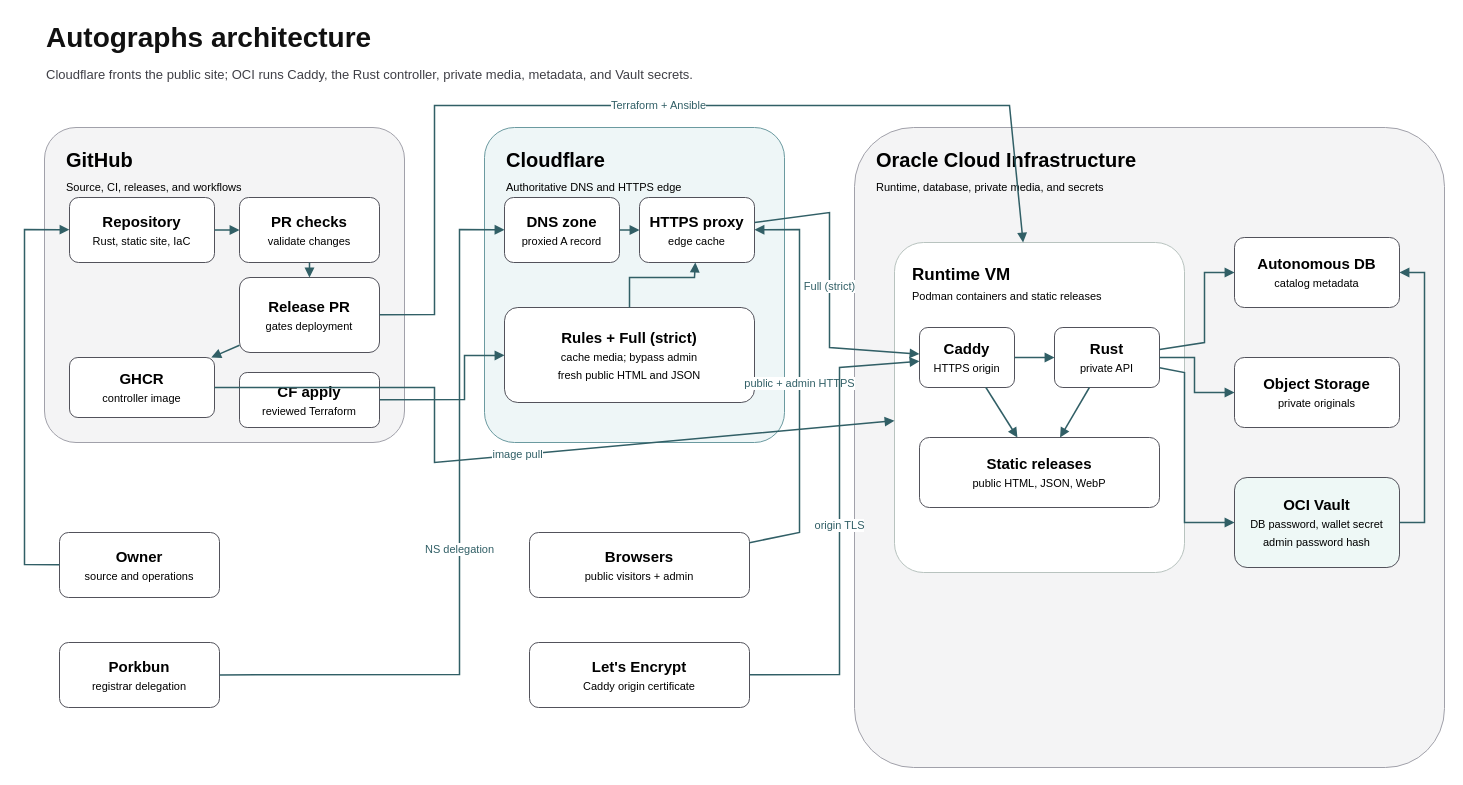
This is docs/architecture.drawio from jetsaredim/autographs, a draw.io file, before an edit. Source tidied: cells renumbered, new cells numbered last; positions are measured from the earlier drawing's top-left corner, leaving out a move shared by most shapes. Both pictures are drawn from the tidied source at 100%, with x=0, y=0 at pixel (24, 17).
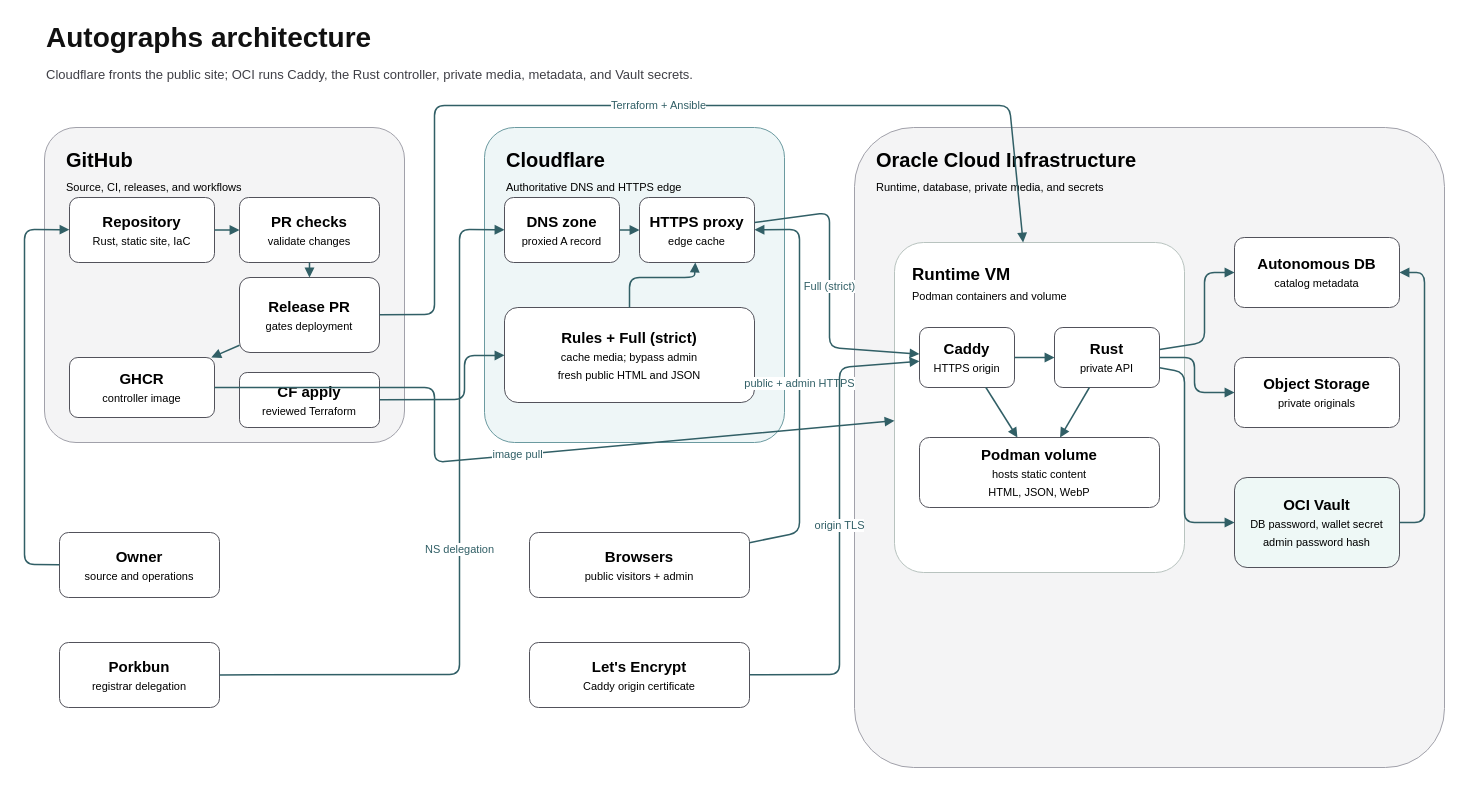
Above is the later version.

Commit message (it also covers changes not shown here):
docs: label static volume and round architecture connectors

The change refers to these unchanged cells:
```xml
<mxCell id="8" value="&lt;b&gt;Repository&lt;/b&gt;&lt;br&gt;&lt;font style=&quot;font-size: 11px; font-weight: 400;&quot;&gt;Rust, static site, IaC&lt;/font&gt;" style="rounded=1;whiteSpace=wrap;html=1;fillColor=#ffffff;strokeColor=#52525b;arcSize=14;align=center;verticalAlign=middle;fontSize=15;" parent="1" vertex="1">
  <mxGeometry x="45" y="180" width="145" height="65" as="geometry" />
</mxCell>
<mxCell id="9" value="&lt;b&gt;PR checks&lt;/b&gt;&lt;br&gt;&lt;font style=&quot;font-size: 11px; font-weight: 400;&quot;&gt;validate changes&lt;/font&gt;" style="rounded=1;whiteSpace=wrap;html=1;fillColor=#ffffff;strokeColor=#52525b;arcSize=14;align=center;verticalAlign=middle;fontSize=15;" parent="1" vertex="1">
  <mxGeometry x="215" y="180" width="140" height="65" as="geometry" />
</mxCell>
<mxCell id="10" value="&lt;b&gt;Release PR&lt;/b&gt;&lt;br&gt;&lt;font style=&quot;font-size: 11px; font-weight: 400;&quot;&gt;gates deployment&lt;/font&gt;" style="rounded=1;whiteSpace=wrap;html=1;fillColor=#ffffff;strokeColor=#52525b;arcSize=14;align=center;verticalAlign=middle;fontSize=15;" parent="1" vertex="1">
  <mxGeometry x="215" y="260" width="140" height="75" as="geometry" />
</mxCell>
<mxCell id="11" value="&lt;b&gt;GHCR&lt;/b&gt;&lt;br&gt;&lt;font style=&quot;font-size: 11px; font-weight: 400;&quot;&gt;controller image&lt;/font&gt;" style="rounded=1;whiteSpace=wrap;html=1;fillColor=#ffffff;strokeColor=#52525b;arcSize=14;align=center;verticalAlign=middle;fontSize=15;" parent="1" vertex="1">
  <mxGeometry x="45" y="340" width="145" height="60" as="geometry" />
</mxCell>
<mxCell id="12" value="&lt;b&gt;CF apply&lt;/b&gt;&lt;br&gt;&lt;font style=&quot;font-size: 11px; font-weight: 400;&quot;&gt;reviewed Terraform&lt;/font&gt;" style="rounded=1;whiteSpace=wrap;html=1;fillColor=#ffffff;strokeColor=#52525b;arcSize=14;align=center;verticalAlign=middle;fontSize=15;" parent="1" vertex="1">
  <mxGeometry x="215" y="355" width="140" height="55" as="geometry" />
</mxCell>
<mxCell id="13" value="&lt;b&gt;DNS zone&lt;/b&gt;&lt;br&gt;&lt;font style=&quot;font-size: 11px; font-weight: 400;&quot;&gt;proxied A record&lt;/font&gt;" style="rounded=1;whiteSpace=wrap;html=1;fillColor=#ffffff;strokeColor=#52525b;arcSize=14;align=center;verticalAlign=middle;fontSize=15;" parent="1" vertex="1">
  <mxGeometry x="480" y="180" width="115" height="65" as="geometry" />
</mxCell>
<mxCell id="14" value="&lt;b&gt;HTTPS proxy&lt;/b&gt;&lt;br&gt;&lt;font style=&quot;font-size: 11px; font-weight: 400;&quot;&gt;edge cache&lt;/font&gt;" style="rounded=1;whiteSpace=wrap;html=1;fillColor=#ffffff;strokeColor=#52525b;arcSize=14;align=center;verticalAlign=middle;fontSize=15;" parent="1" vertex="1">
  <mxGeometry x="615" y="180" width="115" height="65" as="geometry" />
</mxCell>
<mxCell id="15" value="&lt;b&gt;Rules + Full (strict)&lt;/b&gt;&lt;br&gt;&lt;font style=&quot;font-size: 11px; font-weight: 400;&quot;&gt;cache media; bypass admin&lt;br&gt;fresh public HTML and JSON&lt;/font&gt;" style="rounded=1;whiteSpace=wrap;html=1;fillColor=#ffffff;strokeColor=#52525b;arcSize=14;align=center;verticalAlign=middle;fontSize=15;" parent="1" vertex="1">
  <mxGeometry x="480" y="290" width="250" height="95" as="geometry" />
</mxCell>
<mxCell id="16" value="&lt;b&gt;Caddy&lt;/b&gt;&lt;br&gt;&lt;font style=&quot;font-size: 11px; font-weight: 400;&quot;&gt;HTTPS origin&lt;/font&gt;" style="rounded=1;whiteSpace=wrap;html=1;fillColor=#ffffff;strokeColor=#52525b;arcSize=14;align=center;verticalAlign=middle;fontSize=15;" parent="1" vertex="1">
  <mxGeometry x="895" y="310" width="95" height="60" as="geometry" />
</mxCell>
<mxCell id="17" value="&lt;b&gt;Rust&lt;/b&gt;&lt;br&gt;&lt;font style=&quot;font-size: 11px; font-weight: 400;&quot;&gt;private API&lt;/font&gt;" style="rounded=1;whiteSpace=wrap;html=1;fillColor=#ffffff;strokeColor=#52525b;arcSize=14;align=center;verticalAlign=middle;fontSize=15;" parent="1" vertex="1">
  <mxGeometry x="1030" y="310" width="105" height="60" as="geometry" />
</mxCell>
<mxCell id="19" value="&lt;b&gt;Autonomous DB&lt;/b&gt;&lt;br&gt;&lt;font style=&quot;font-size: 11px; font-weight: 400;&quot;&gt;catalog metadata&lt;/font&gt;" style="rounded=1;whiteSpace=wrap;html=1;fillColor=#ffffff;strokeColor=#52525b;arcSize=14;align=center;verticalAlign=middle;fontSize=15;" parent="1" vertex="1">
  <mxGeometry x="1210" y="220" width="165" height="70" as="geometry" />
</mxCell>
<mxCell id="20" value="&lt;b&gt;Object Storage&lt;/b&gt;&lt;br&gt;&lt;font style=&quot;font-size: 11px; font-weight: 400;&quot;&gt;private originals&lt;/font&gt;" style="rounded=1;whiteSpace=wrap;html=1;fillColor=#ffffff;strokeColor=#52525b;arcSize=14;align=center;verticalAlign=middle;fontSize=15;" parent="1" vertex="1">
  <mxGeometry x="1210" y="340" width="165" height="70" as="geometry" />
</mxCell>
<mxCell id="21" value="&lt;b&gt;OCI Vault&lt;/b&gt;&lt;br&gt;&lt;font style=&quot;font-size: 11px; font-weight: 400;&quot;&gt;DB password, wallet secret&lt;br&gt;admin password hash&lt;/font&gt;" style="rounded=1;whiteSpace=wrap;html=1;fillColor=#eef8f6;strokeColor=#52525b;arcSize=14;align=center;verticalAlign=middle;fontSize=15;" parent="1" vertex="1">
  <mxGeometry x="1210" y="460" width="165" height="90" as="geometry" />
</mxCell>
<mxCell id="22" value="&lt;b&gt;Owner&lt;/b&gt;&lt;br&gt;&lt;font style=&quot;font-size: 11px; font-weight: 400;&quot;&gt;source and operations&lt;/font&gt;" style="rounded=1;whiteSpace=wrap;html=1;fillColor=#ffffff;strokeColor=#52525b;arcSize=14;align=center;verticalAlign=middle;fontSize=15;" parent="1" vertex="1">
  <mxGeometry x="35" y="515" width="160" height="65" as="geometry" />
</mxCell>
<mxCell id="23" value="&lt;b&gt;Porkbun&lt;/b&gt;&lt;br&gt;&lt;font style=&quot;font-size: 11px; font-weight: 400;&quot;&gt;registrar delegation&lt;/font&gt;" style="rounded=1;whiteSpace=wrap;html=1;fillColor=#ffffff;strokeColor=#52525b;arcSize=14;align=center;verticalAlign=middle;fontSize=15;" parent="1" vertex="1">
  <mxGeometry x="35" y="625" width="160" height="65" as="geometry" />
</mxCell>
<mxCell id="24" value="&lt;b&gt;Browsers&lt;/b&gt;&lt;br&gt;&lt;font style=&quot;font-size: 11px; font-weight: 400;&quot;&gt;public visitors + admin&lt;/font&gt;" style="rounded=1;whiteSpace=wrap;html=1;fillColor=#ffffff;strokeColor=#52525b;arcSize=14;align=center;verticalAlign=middle;fontSize=15;" parent="1" vertex="1">
  <mxGeometry x="505" y="515" width="220" height="65" as="geometry" />
</mxCell>
<mxCell id="25" value="&lt;b&gt;Let&amp;#x27;s Encrypt&lt;/b&gt;&lt;br&gt;&lt;font style=&quot;font-size: 11px; font-weight: 400;&quot;&gt;Caddy origin certificate&lt;/font&gt;" style="rounded=1;whiteSpace=wrap;html=1;fillColor=#ffffff;strokeColor=#52525b;arcSize=14;align=center;verticalAlign=middle;fontSize=15;" parent="1" vertex="1">
  <mxGeometry x="505" y="625" width="220" height="65" as="geometry" />
</mxCell>
```

The edit, as a diff of the source:
```diff
@@
-    <mxCell id="7" value="&lt;b&gt;Runtime VM&lt;/b&gt;&lt;br&gt;&lt;font style=&quot;font-size: 11px; font-weight: 400;&quot;&gt;Podman containers and static releases&lt;/font&gt;" style="rounded=1;whiteSpace=wrap;html=1;fillColor=#ffffff;strokeColor=#b8c3bf;arcSize=10;align=left;verticalAlign=top;spacingLeft=16;spacingTop=16;fontSize=17;fontStyle=1;" parent="1" vertex="1">
+    <mxCell id="7" value="&lt;b&gt;Runtime VM&lt;/b&gt;&lt;br&gt;&lt;font style=&quot;font-size: 11px; font-weight: 400;&quot;&gt;Podman containers and volume&lt;/font&gt;" style="rounded=1;whiteSpace=wrap;html=1;fillColor=#ffffff;strokeColor=#b8c3bf;arcSize=10;align=left;verticalAlign=top;spacingLeft=16;spacingTop=16;fontSize=17;fontStyle=1;" parent="1" vertex="1">
       <mxGeometry x="870" y="225" width="290" height="330" as="geometry" />
     </mxCell>
@@
-    <mxCell id="18" value="&lt;b&gt;Static releases&lt;/b&gt;&lt;br&gt;&lt;font style=&quot;font-size: 11px; font-weight: 400;&quot;&gt;public HTML, JSON, WebP&lt;/font&gt;" style="rounded=1;whiteSpace=wrap;html=1;fillColor=#ffffff;strokeColor=#52525b;arcSize=14;align=center;verticalAlign=middle;fontSize=15;" parent="1" vertex="1">
+    <mxCell id="18" value="&lt;b&gt;Podman volume&lt;/b&gt;&lt;br&gt;&lt;font style=&quot;font-size: 11px; font-weight: 400;&quot;&gt;hosts static content&lt;br&gt;HTML, JSON, WebP&lt;/font&gt;" style="rounded=1;whiteSpace=wrap;html=1;fillColor=#ffffff;strokeColor=#52525b;arcSize=14;align=center;verticalAlign=middle;fontSize=15;" parent="1" vertex="1">
       <mxGeometry x="895" y="420" width="240" height="70" as="geometry" />
     </mxCell>
@@
-    <mxCell id="26" style="endArrow=block;html=1;rounded=0;strokeColor=#315f66;strokeWidth=1.5;fontSize=11;fontColor=#315f66;labelBackgroundColor=#ffffff;" parent="1" edge="1" source="22" target="8">
+    <mxCell id="26" style="endArrow=block;html=1;rounded=1;strokeColor=#315f66;strokeWidth=1.5;fontSize=11;fontColor=#315f66;labelBackgroundColor=#ffffff;" parent="1" edge="1" source="22" target="8">
       <mxGeometry relative="1" as="geometry">
         <Array as="points">
           <mxPoint y="547" />
           <mxPoint y="212" />
         </Array>
       </mxGeometry>
     </mxCell>
-    <mxCell id="27" style="endArrow=block;html=1;rounded=0;strokeColor=#315f66;strokeWidth=1.5;fontSize=11;fontColor=#315f66;labelBackgroundColor=#ffffff;" parent="1" edge="1" source="8" target="9">
+    <mxCell id="27" style="endArrow=block;html=1;rounded=1;strokeColor=#315f66;strokeWidth=1.5;fontSize=11;fontColor=#315f66;labelBackgroundColor=#ffffff;" parent="1" edge="1" source="8" target="9">
       <mxGeometry relative="1" as="geometry" />
     </mxCell>
-    <mxCell id="28" style="endArrow=block;html=1;rounded=0;strokeColor=#315f66;strokeWidth=1.5;fontSize=11;fontColor=#315f66;labelBackgroundColor=#ffffff;" parent="1" edge="1" source="9" target="10">
+    <mxCell id="28" style="endArrow=block;html=1;rounded=1;strokeColor=#315f66;strokeWidth=1.5;fontSize=11;fontColor=#315f66;labelBackgroundColor=#ffffff;" parent="1" edge="1" source="9" target="10">
       <mxGeometry relative="1" as="geometry" />
     </mxCell>
-    <mxCell id="29" style="endArrow=block;html=1;rounded=0;strokeColor=#315f66;strokeWidth=1.5;fontSize=11;fontColor=#315f66;labelBackgroundColor=#ffffff;" parent="1" edge="1" source="10" target="11">
+    <mxCell id="29" style="endArrow=block;html=1;rounded=1;strokeColor=#315f66;strokeWidth=1.5;fontSize=11;fontColor=#315f66;labelBackgroundColor=#ffffff;" parent="1" edge="1" source="10" target="11">
       <mxGeometry relative="1" as="geometry" />
     </mxCell>
-    <mxCell id="30" value="Terraform + Ansible" style="endArrow=block;html=1;rounded=0;strokeColor=#315f66;strokeWidth=1.5;fontSize=11;fontColor=#315f66;labelBackgroundColor=#ffffff;" parent="1" edge="1" source="10" target="7">
+    <mxCell id="30" value="Terraform + Ansible" style="endArrow=block;html=1;rounded=1;strokeColor=#315f66;strokeWidth=1.5;fontSize=11;fontColor=#315f66;labelBackgroundColor=#ffffff;" parent="1" edge="1" source="10" target="7">
       <mxGeometry relative="1" as="geometry">
         <Array as="points">
           <mxPoint x="410" y="297" />
           <mxPoint x="410" y="88" />
           <mxPoint x="985" y="88" />
         </Array>
       </mxGeometry>
     </mxCell>
-    <mxCell id="31" value="image pull" style="endArrow=block;html=1;rounded=0;strokeColor=#315f66;strokeWidth=1.5;fontSize=11;fontColor=#315f66;labelBackgroundColor=#ffffff;" parent="1" edge="1" source="11" target="7">
+    <mxCell id="31" value="image pull" style="endArrow=block;html=1;rounded=1;strokeColor=#315f66;strokeWidth=1.5;fontSize=11;fontColor=#315f66;labelBackgroundColor=#ffffff;" parent="1" edge="1" source="11" target="7">
       <mxGeometry relative="1" as="geometry">
         <Array as="points">
           <mxPoint x="410" y="370" />
           <mxPoint x="410" y="445" />
         </Array>
       </mxGeometry>
     </mxCell>
-    <mxCell id="32" style="endArrow=block;html=1;rounded=0;strokeColor=#315f66;strokeWidth=1.5;fontSize=11;fontColor=#315f66;labelBackgroundColor=#ffffff;" parent="1" edge="1" source="12" target="15">
+    <mxCell id="32" style="endArrow=block;html=1;rounded=1;strokeColor=#315f66;strokeWidth=1.5;fontSize=11;fontColor=#315f66;labelBackgroundColor=#ffffff;" parent="1" edge="1" source="12" target="15">
       <mxGeometry relative="1" as="geometry">
         <Array as="points">
           <mxPoint x="440" y="382" />
           <mxPoint x="440" y="338" />
         </Array>
       </mxGeometry>
     </mxCell>
-    <mxCell id="33" value="NS delegation" style="endArrow=block;html=1;rounded=0;strokeColor=#315f66;strokeWidth=1.5;fontSize=11;fontColor=#315f66;labelBackgroundColor=#ffffff;" parent="1" edge="1" source="23" target="13">
+    <mxCell id="33" value="NS delegation" style="endArrow=block;html=1;rounded=1;strokeColor=#315f66;strokeWidth=1.5;fontSize=11;fontColor=#315f66;labelBackgroundColor=#ffffff;" parent="1" edge="1" source="23" target="13">
       <mxGeometry relative="1" as="geometry">
         <Array as="points">
           <mxPoint x="435" y="657" />
           <mxPoint x="435" y="212" />
         </Array>
       </mxGeometry>
     </mxCell>
-    <mxCell id="34" value="public + admin HTTPS" style="endArrow=block;html=1;rounded=0;strokeColor=#315f66;strokeWidth=1.5;fontSize=11;fontColor=#315f66;labelBackgroundColor=#ffffff;" parent="1" edge="1" source="24" target="14">
+    <mxCell id="34" value="public + admin HTTPS" style="endArrow=block;html=1;rounded=1;strokeColor=#315f66;strokeWidth=1.5;fontSize=11;fontColor=#315f66;labelBackgroundColor=#ffffff;" parent="1" edge="1" source="24" target="14">
       <mxGeometry relative="1" as="geometry">
         <Array as="points">
           <mxPoint x="775" y="515" />
           <mxPoint x="775" y="212" />
         </Array>
       </mxGeometry>
     </mxCell>
-    <mxCell id="35" style="endArrow=block;html=1;rounded=0;strokeColor=#315f66;strokeWidth=1.5;fontSize=11;fontColor=#315f66;labelBackgroundColor=#ffffff;" parent="1" edge="1" source="13" target="14">
+    <mxCell id="35" style="endArrow=block;html=1;rounded=1;strokeColor=#315f66;strokeWidth=1.5;fontSize=11;fontColor=#315f66;labelBackgroundColor=#ffffff;" parent="1" edge="1" source="13" target="14">
       <mxGeometry relative="1" as="geometry" />
     </mxCell>
-    <mxCell id="36" style="endArrow=block;html=1;rounded=0;strokeColor=#315f66;strokeWidth=1.5;fontSize=11;fontColor=#315f66;labelBackgroundColor=#ffffff;" parent="1" edge="1" source="15" target="14">
+    <mxCell id="36" style="endArrow=block;html=1;rounded=1;strokeColor=#315f66;strokeWidth=1.5;fontSize=11;fontColor=#315f66;labelBackgroundColor=#ffffff;" parent="1" edge="1" source="15" target="14">
       <mxGeometry relative="1" as="geometry">
         <Array as="points">
           <mxPoint x="605" y="260" />
           <mxPoint x="670" y="260" />
         </Array>
       </mxGeometry>
     </mxCell>
-    <mxCell id="37" value="Full (strict)" style="endArrow=block;html=1;rounded=0;strokeColor=#315f66;strokeWidth=1.5;fontSize=11;fontColor=#315f66;labelBackgroundColor=#ffffff;" parent="1" edge="1" source="14" target="16">
+    <mxCell id="37" value="Full (strict)" style="endArrow=block;html=1;rounded=1;strokeColor=#315f66;strokeWidth=1.5;fontSize=11;fontColor=#315f66;labelBackgroundColor=#ffffff;" parent="1" edge="1" source="14" target="16">
       <mxGeometry relative="1" as="geometry">
         <Array as="points">
           <mxPoint x="805" y="195" />
           <mxPoint x="805" y="330" />
         </Array>
       </mxGeometry>
     </mxCell>
-    <mxCell id="38" value="origin TLS" style="endArrow=block;html=1;rounded=0;strokeColor=#315f66;strokeWidth=1.5;fontSize=11;fontColor=#315f66;labelBackgroundColor=#ffffff;" parent="1" edge="1" source="25" target="16">
+    <mxCell id="38" value="origin TLS" style="endArrow=block;html=1;rounded=1;strokeColor=#315f66;strokeWidth=1.5;fontSize=11;fontColor=#315f66;labelBackgroundColor=#ffffff;" parent="1" edge="1" source="25" target="16">
       <mxGeometry relative="1" as="geometry">
         <Array as="points">
           <mxPoint x="815" y="657" />
           <mxPoint x="815" y="350" />
         </Array>
       </mxGeometry>
     </mxCell>
-    <mxCell id="39" style="endArrow=block;html=1;rounded=0;strokeColor=#315f66;strokeWidth=1.5;fontSize=11;fontColor=#315f66;labelBackgroundColor=#ffffff;" parent="1" edge="1" source="16" target="17">
+    <mxCell id="39" style="endArrow=block;html=1;rounded=1;strokeColor=#315f66;strokeWidth=1.5;fontSize=11;fontColor=#315f66;labelBackgroundColor=#ffffff;" parent="1" edge="1" source="16" target="17">
       <mxGeometry relative="1" as="geometry" />
     </mxCell>
-    <mxCell id="40" style="endArrow=block;html=1;rounded=0;strokeColor=#315f66;strokeWidth=1.5;fontSize=11;fontColor=#315f66;labelBackgroundColor=#ffffff;" parent="1" edge="1" source="16" target="18">
+    <mxCell id="40" style="endArrow=block;html=1;rounded=1;strokeColor=#315f66;strokeWidth=1.5;fontSize=11;fontColor=#315f66;labelBackgroundColor=#ffffff;" parent="1" edge="1" source="16" target="18">
       <mxGeometry relative="1" as="geometry" />
     </mxCell>
-    <mxCell id="41" style="endArrow=block;html=1;rounded=0;strokeColor=#315f66;strokeWidth=1.5;fontSize=11;fontColor=#315f66;labelBackgroundColor=#ffffff;" parent="1" edge="1" source="17" target="18">
+    <mxCell id="41" style="endArrow=block;html=1;rounded=1;strokeColor=#315f66;strokeWidth=1.5;fontSize=11;fontColor=#315f66;labelBackgroundColor=#ffffff;" parent="1" edge="1" source="17" target="18">
       <mxGeometry relative="1" as="geometry" />
     </mxCell>
-    <mxCell id="42" style="endArrow=block;html=1;rounded=0;strokeColor=#315f66;strokeWidth=1.5;fontSize=11;fontColor=#315f66;labelBackgroundColor=#ffffff;" parent="1" edge="1" source="17" target="19">
+    <mxCell id="42" style="endArrow=block;html=1;rounded=1;strokeColor=#315f66;strokeWidth=1.5;fontSize=11;fontColor=#315f66;labelBackgroundColor=#ffffff;" parent="1" edge="1" source="17" target="19">
       <mxGeometry relative="1" as="geometry">
         <Array as="points">
           <mxPoint x="1180" y="325" />
           <mxPoint x="1180" y="255" />
         </Array>
       </mxGeometry>
     </mxCell>
-    <mxCell id="43" style="endArrow=block;html=1;rounded=0;strokeColor=#315f66;strokeWidth=1.5;fontSize=11;fontColor=#315f66;labelBackgroundColor=#ffffff;" parent="1" edge="1" source="17" target="20">
+    <mxCell id="43" style="endArrow=block;html=1;rounded=1;strokeColor=#315f66;strokeWidth=1.5;fontSize=11;fontColor=#315f66;labelBackgroundColor=#ffffff;" parent="1" edge="1" source="17" target="20">
       <mxGeometry relative="1" as="geometry">
         <Array as="points">
           <mxPoint x="1170" y="340" />
           <mxPoint x="1170" y="375" />
         </Array>
       </mxGeometry>
     </mxCell>
-    <mxCell id="44" style="endArrow=block;html=1;rounded=0;strokeColor=#315f66;strokeWidth=1.5;fontSize=11;fontColor=#315f66;labelBackgroundColor=#ffffff;" parent="1" edge="1" source="17" target="21">
+    <mxCell id="44" style="endArrow=block;html=1;rounded=1;strokeColor=#315f66;strokeWidth=1.5;fontSize=11;fontColor=#315f66;labelBackgroundColor=#ffffff;" parent="1" edge="1" source="17" target="21">
       <mxGeometry relative="1" as="geometry">
         <Array as="points">
           <mxPoint x="1160" y="355" />
           <mxPoint x="1160" y="505" />
         </Array>
       </mxGeometry>
     </mxCell>
-    <mxCell id="45" style="endArrow=block;html=1;rounded=0;strokeColor=#315f66;strokeWidth=1.5;fontSize=11;fontColor=#315f66;labelBackgroundColor=#ffffff;" parent="1" edge="1" source="21" target="19">
+    <mxCell id="45" style="endArrow=block;html=1;rounded=1;strokeColor=#315f66;strokeWidth=1.5;fontSize=11;fontColor=#315f66;labelBackgroundColor=#ffffff;" parent="1" edge="1" source="21" target="19">
       <mxGeometry relative="1" as="geometry">
         <Array as="points">
           <mxPoint x="1400" y="505" />
           <mxPoint x="1400" y="255" />
         </Array>
       </mxGeometry>
     </mxCell>
```
